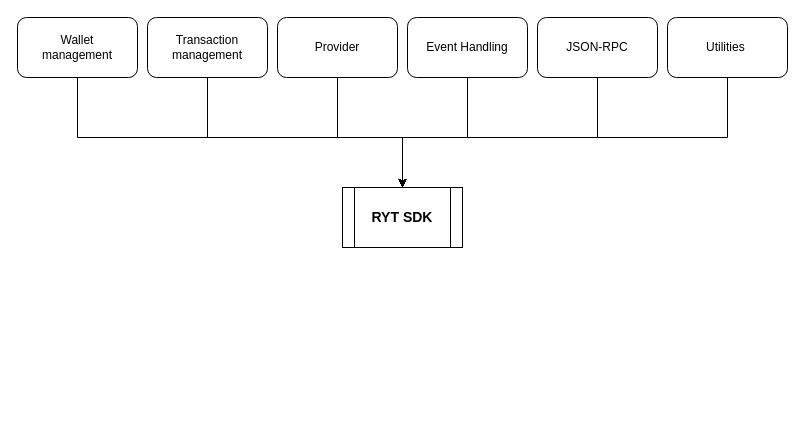
Earlier version of the draw.io diagram Ryt-SDK.drawio (ali-05-ahmed/Concept-Diagrams). Source tidied: cells renumbered, new cells numbered last; positions are measured from the earlier drawing's top-left corner, leaving out a move shared by most shapes. Both pictures are drawn from the tidied source at 100%, with x=0, y=0 at pixel (17, 17).
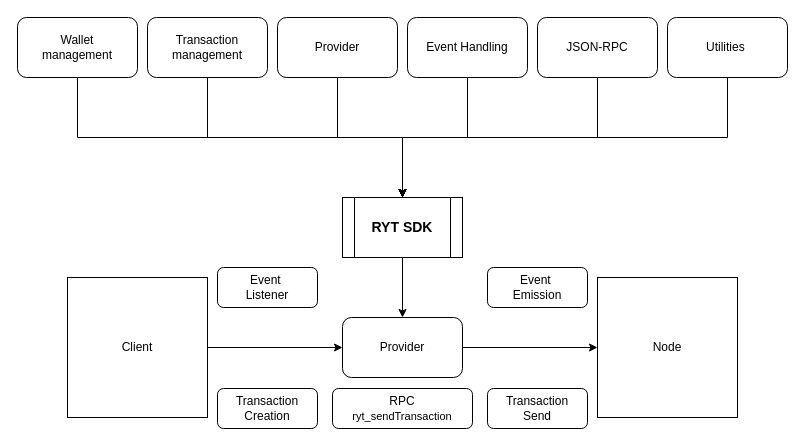
Above is the later version.

Change to the diagram source:
```diff
@@
+    <mxCell id="15" style="edgeStyle=orthogonalEdgeStyle;rounded=0;jettySize=auto;html=1;" parent="1" edge="1" source="2" target="17">
+      <mxGeometry relative="1" as="geometry" />
+    </mxCell>
     <mxCell id="2" value="&lt;b&gt;&lt;font style=&quot;font-size: 14px;&quot;&gt;RYT SDK&lt;/font&gt;&lt;/b&gt;" style="shape=process;whiteSpace=wrap;html=1;backgroundOutline=1;" parent="1" vertex="1">
-      <mxGeometry x="325" y="170" width="120" height="60" as="geometry" />
+      <mxGeometry x="325" y="180" width="120" height="60" as="geometry" />
     </mxCell>
@@
+    <mxCell id="16" style="edgeStyle=orthogonalEdgeStyle;rounded=0;jettySize=auto;html=1;entryX=0;entryY=0.5;entryDx=0;entryDy=0;" parent="1" edge="1" source="17" target="20">
+      <mxGeometry relative="1" as="geometry" />
+    </mxCell>
+    <mxCell id="17" value="&lt;span style=&quot;white-space-collapse: preserve;&quot;&gt;&lt;font style=&quot;font-size: 12px;&quot; face=&quot;Helvetica&quot;&gt;Provider&lt;/font&gt;&lt;/span&gt;" style="rounded=1;whiteSpace=wrap;html=1;" parent="1" vertex="1">
+      <mxGeometry x="325" y="300" width="120" height="60" as="geometry" />
+    </mxCell>
+    <mxCell id="18" style="edgeStyle=orthogonalEdgeStyle;rounded=0;jettySize=auto;html=1;entryX=0;entryY=0.5;entryDx=0;entryDy=0;" parent="1" edge="1" source="19" target="17">
+      <mxGeometry relative="1" as="geometry" />
+    </mxCell>
+    <mxCell id="19" value="Client" style="whiteSpace=wrap;html=1;" parent="1" vertex="1">
+      <mxGeometry x="50" y="260" width="140" height="140" as="geometry" />
+    </mxCell>
+    <mxCell id="20" value="Node" style="whiteSpace=wrap;html=1;" parent="1" vertex="1">
+      <mxGeometry x="580" y="260" width="140" height="140" as="geometry" />
+    </mxCell>
+    <mxCell id="21" value="RPC&lt;br&gt;&lt;span id=&quot;docs-internal-guid-387a9d9a-7fff-67b6-796c-e1688d9cdb20&quot;&gt;&lt;span style=&quot;background-color: transparent; font-variant-numeric: normal; font-variant-east-asian: normal; font-variant-alternates: normal; font-variant-position: normal; vertical-align: baseline; white-space-collapse: preserve;&quot;&gt;&lt;font style=&quot;font-size: 11px;&quot;&gt;ryt_sendTransaction&lt;/font&gt;&lt;/span&gt;&lt;/span&gt;" style="rounded=1;whiteSpace=wrap;html=1;" parent="1" vertex="1">
+      <mxGeometry x="315" y="371" width="140" height="40" as="geometry" />
+    </mxCell>
+    <mxCell id="22" value="Transaction&lt;br&gt;Send" style="rounded=1;whiteSpace=wrap;html=1;" parent="1" vertex="1">
+      <mxGeometry x="470" y="371" width="100" height="40" as="geometry" />
+    </mxCell>
+    <mxCell id="23" value="Transaction&lt;br&gt;Creation" style="rounded=1;whiteSpace=wrap;html=1;" parent="1" vertex="1">
+      <mxGeometry x="200" y="371" width="100" height="40" as="geometry" />
+    </mxCell>
+    <mxCell id="24" value="Event&amp;nbsp;&lt;br&gt;Emission" style="rounded=1;whiteSpace=wrap;html=1;" parent="1" vertex="1">
+      <mxGeometry x="470" y="250" width="100" height="40" as="geometry" />
+    </mxCell>
+    <mxCell id="25" value="Event&amp;nbsp;&lt;br&gt;Listener" style="rounded=1;whiteSpace=wrap;html=1;" parent="1" vertex="1">
+      <mxGeometry x="200" y="250" width="100" height="40" as="geometry" />
+    </mxCell>
```
